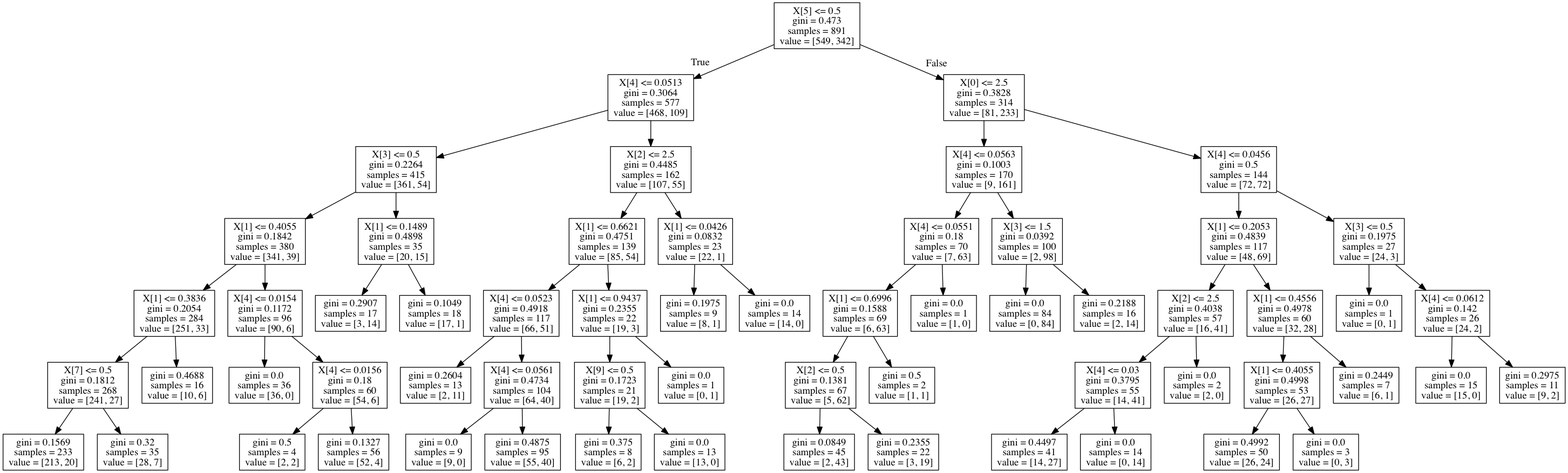
Earlier version of the Graphviz export tree.png (chriscanal/titanic_project_udacity). Its source is kept beside it as tree.dot.
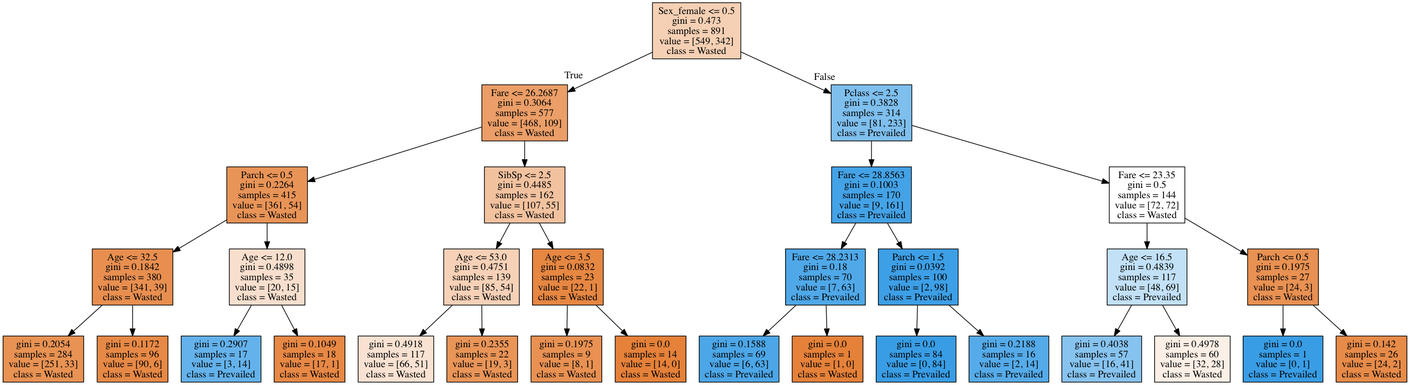
The same file after the commit.

Commit message:
Fixed a few things, made the 3 prediction algorithm a more manually put together decision tree

The edit, as a diff of the source:
```diff
@@ -1,124 +1,70 @@
 digraph Tree {
-node [shape=box] ;
-0 [label="X[5] <= 0.5\ngini = 0.473\nsamples = 891\nvalue = [549, 342]"] ;
-1 [label="X[4] <= 0.0513\ngini = 0.3064\nsamples = 577\nvalue = [468, 109]"] ;
+node [shape=box, style="filled", color="black"] ;
+graph [ranksep=equally, splines=polyline] ;
+0 [label="Sex_female <= 0.5\ngini = 0.473\nsamples = 891\nvalue = [549, 342]\nclass = Wasted", fillcolor="#e5813960"] ;
+1 [label="Fare <= 26.2687\ngini = 0.3064\nsamples = 577\nvalue = [468, 109]\nclass = Wasted", fillcolor="#e58139c4"] ;
 0 -> 1 [labeldistance=2.5, labelangle=45, headlabel="True"] ;
-2 [label="X[3] <= 0.5\ngini = 0.2264\nsamples = 415\nvalue = [361, 54]"] ;
+2 [label="Parch <= 0.5\ngini = 0.2264\nsamples = 415\nvalue = [361, 54]\nclass = Wasted", fillcolor="#e58139d9"] ;
 1 -> 2 ;
-3 [label="X[1] <= 0.4055\ngini = 0.1842\nsamples = 380\nvalue = [341, 39]"] ;
+3 [label="Age <= 32.5\ngini = 0.1842\nsamples = 380\nvalue = [341, 39]\nclass = Wasted", fillcolor="#e58139e2"] ;
 2 -> 3 ;
-4 [label="X[1] <= 0.3836\ngini = 0.2054\nsamples = 284\nvalue = [251, 33]"] ;
+4 [label="gini = 0.2054\nsamples = 284\nvalue = [251, 33]\nclass = Wasted", fillcolor="#e58139dd"] ;
 3 -> 4 ;
-5 [label="X[7] <= 0.5\ngini = 0.1812\nsamples = 268\nvalue = [241, 27]"] ;
-4 -> 5 ;
-6 [label="gini = 0.1569\nsamples = 233\nvalue = [213, 20]"] ;
-5 -> 6 ;
-7 [label="gini = 0.32\nsamples = 35\nvalue = [28, 7]"] ;
-5 -> 7 ;
-8 [label="gini = 0.4688\nsamples = 16\nvalue = [10, 6]"] ;
-4 -> 8 ;
-9 [label="X[4] <= 0.0154\ngini = 0.1172\nsamples = 96\nvalue = [90, 6]"] ;
-3 -> 9 ;
-10 [label="gini = 0.0\nsamples = 36\nvalue = [36, 0]"] ;
+5 [label="gini = 0.1172\nsamples = 96\nvalue = [90, 6]\nclass = Wasted", fillcolor="#e58139ee"] ;
+3 -> 5 ;
+6 [label="Age <= 12.0\ngini = 0.4898\nsamples = 35\nvalue = [20, 15]\nclass = Wasted", fillcolor="#e5813940"] ;
+2 -> 6 ;
+7 [label="gini = 0.2907\nsamples = 17\nvalue = [3, 14]\nclass = Prevailed", fillcolor="#399de5c8"] ;
+6 -> 7 ;
+8 [label="gini = 0.1049\nsamples = 18\nvalue = [17, 1]\nclass = Wasted", fillcolor="#e58139f0"] ;
+6 -> 8 ;
+9 [label="SibSp <= 2.5\ngini = 0.4485\nsamples = 162\nvalue = [107, 55]\nclass = Wasted", fillcolor="#e581397c"] ;
+1 -> 9 ;
+10 [label="Age <= 53.0\ngini = 0.4751\nsamples = 139\nvalue = [85, 54]\nclass = Wasted", fillcolor="#e581395d"] ;
 9 -> 10 ;
-11 [label="X[4] <= 0.0156\ngini = 0.18\nsamples = 60\nvalue = [54, 6]"] ;
-9 -> 11 ;
-12 [label="gini = 0.5\nsamples = 4\nvalue = [2, 2]"] ;
-11 -> 12 ;
-13 [label="gini = 0.1327\nsamples = 56\nvalue = [52, 4]"] ;
-11 -> 13 ;
-14 [label="X[1] <= 0.1489\ngini = 0.4898\nsamples = 35\nvalue = [20, 15]"] ;
-2 -> 14 ;
-15 [label="gini = 0.2907\nsamples = 17\nvalue = [3, 14]"] ;
-14 -> 15 ;
-16 [label="gini = 0.1049\nsamples = 18\nvalue = [17, 1]"] ;
-14 -> 16 ;
-17 [label="X[2] <= 2.5\ngini = 0.4485\nsamples = 162\nvalue = [107, 55]"] ;
-1 -> 17 ;
-18 [label="X[1] <= 0.6621\ngini = 0.4751\nsamples = 139\nvalue = [85, 54]"] ;
+11 [label="gini = 0.4918\nsamples = 117\nvalue = [66, 51]\nclass = Wasted", fillcolor="#e581393a"] ;
+10 -> 11 ;
+12 [label="gini = 0.2355\nsamples = 22\nvalue = [19, 3]\nclass = Wasted", fillcolor="#e58139d7"] ;
+10 -> 12 ;
+13 [label="Age <= 3.5\ngini = 0.0832\nsamples = 23\nvalue = [22, 1]\nclass = Wasted", fillcolor="#e58139f3"] ;
+9 -> 13 ;
+14 [label="gini = 0.1975\nsamples = 9\nvalue = [8, 1]\nclass = Wasted", fillcolor="#e58139df"] ;
+13 -> 14 ;
+15 [label="gini = 0.0\nsamples = 14\nvalue = [14, 0]\nclass = Wasted", fillcolor="#e58139ff"] ;
+13 -> 15 ;
+16 [label="Pclass <= 2.5\ngini = 0.3828\nsamples = 314\nvalue = [81, 233]\nclass = Prevailed", fillcolor="#399de5a6"] ;
+0 -> 16 [labeldistance=2.5, labelangle=-45, headlabel="False"] ;
+17 [label="Fare <= 28.8563\ngini = 0.1003\nsamples = 170\nvalue = [9, 161]\nclass = Prevailed", fillcolor="#399de5f1"] ;
+16 -> 17 ;
+18 [label="Fare <= 28.2313\ngini = 0.18\nsamples = 70\nvalue = [7, 63]\nclass = Prevailed", fillcolor="#399de5e3"] ;
 17 -> 18 ;
-19 [label="X[4] <= 0.0523\ngini = 0.4918\nsamples = 117\nvalue = [66, 51]"] ;
+19 [label="gini = 0.1588\nsamples = 69\nvalue = [6, 63]\nclass = Prevailed", fillcolor="#399de5e7"] ;
 18 -> 19 ;
-20 [label="gini = 0.2604\nsamples = 13\nvalue = [2, 11]"] ;
-19 -> 20 ;
-21 [label="X[4] <= 0.0561\ngini = 0.4734\nsamples = 104\nvalue = [64, 40]"] ;
-19 -> 21 ;
-22 [label="gini = 0.0\nsamples = 9\nvalue = [9, 0]"] ;
+20 [label="gini = 0.0\nsamples = 1\nvalue = [1, 0]\nclass = Wasted", fillcolor="#e58139ff"] ;
+18 -> 20 ;
+21 [label="Parch <= 1.5\ngini = 0.0392\nsamples = 100\nvalue = [2, 98]\nclass = Prevailed", fillcolor="#399de5fa"] ;
+17 -> 21 ;
+22 [label="gini = 0.0\nsamples = 84\nvalue = [0, 84]\nclass = Prevailed", fillcolor="#399de5ff"] ;
 21 -> 22 ;
-23 [label="gini = 0.4875\nsamples = 95\nvalue = [55, 40]"] ;
+23 [label="gini = 0.2188\nsamples = 16\nvalue = [2, 14]\nclass = Prevailed", fillcolor="#399de5db"] ;
 21 -> 23 ;
-24 [label="X[1] <= 0.9437\ngini = 0.2355\nsamples = 22\nvalue = [19, 3]"] ;
-18 -> 24 ;
-25 [label="X[9] <= 0.5\ngini = 0.1723\nsamples = 21\nvalue = [19, 2]"] ;
+24 [label="Fare <= 23.35\ngini = 0.5\nsamples = 144\nvalue = [72, 72]\nclass = Wasted", fillcolor="#e5813900"] ;
+16 -> 24 ;
+25 [label="Age <= 16.5\ngini = 0.4839\nsamples = 117\nvalue = [48, 69]\nclass = Prevailed", fillcolor="#399de54e"] ;
 24 -> 25 ;
-26 [label="gini = 0.375\nsamples = 8\nvalue = [6, 2]"] ;
+26 [label="gini = 0.4038\nsamples = 57\nvalue = [16, 41]\nclass = Prevailed", fillcolor="#399de59b"] ;
 25 -> 26 ;
-27 [label="gini = 0.0\nsamples = 13\nvalue = [13, 0]"] ;
+27 [label="gini = 0.4978\nsamples = 60\nvalue = [32, 28]\nclass = Wasted", fillcolor="#e5813920"] ;
 25 -> 27 ;
-28 [label="gini = 0.0\nsamples = 1\nvalue = [0, 1]"] ;
+28 [label="Parch <= 0.5\ngini = 0.1975\nsamples = 27\nvalue = [24, 3]\nclass = Wasted", fillcolor="#e58139df"] ;
 24 -> 28 ;
-29 [label="X[1] <= 0.0426\ngini = 0.0832\nsamples = 23\nvalue = [22, 1]"] ;
-17 -> 29 ;
-30 [label="gini = 0.1975\nsamples = 9\nvalue = [8, 1]"] ;
-29 -> 30 ;
-31 [label="gini = 0.0\nsamples = 14\nvalue = [14, 0]"] ;
-29 -> 31 ;
-32 [label="X[0] <= 2.5\ngini = 0.3828\nsamples = 314\nvalue = [81, 233]"] ;
-0 -> 32 [labeldistance=2.5, labelangle=-45, headlabel="False"] ;
-33 [label="X[4] <= 0.0563\ngini = 0.1003\nsamples = 170\nvalue = [9, 161]"] ;
-32 -> 33 ;
-34 [label="X[4] <= 0.0551\ngini = 0.18\nsamples = 70\nvalue = [7, 63]"] ;
-33 -> 34 ;
-35 [label="X[1] <= 0.6996\ngini = 0.1588\nsamples = 69\nvalue = [6, 63]"] ;
-34 -> 35 ;
-36 [label="X[2] <= 0.5\ngini = 0.1381\nsamples = 67\nvalue = [5, 62]"] ;
-35 -> 36 ;
-37 [label="gini = 0.0849\nsamples = 45\nvalue = [2, 43]"] ;
-36 -> 37 ;
-38 [label="gini = 0.2355\nsamples = 22\nvalue = [3, 19]"] ;
-36 -> 38 ;
-39 [label="gini = 0.5\nsamples = 2\nvalue = [1, 1]"] ;
-35 -> 39 ;
-40 [label="gini = 0.0\nsamples = 1\nvalue = [1, 0]"] ;
-34 -> 40 ;
-41 [label="X[3] <= 1.5\ngini = 0.0392\nsamples = 100\nvalue = [2, 98]"] ;
-33 -> 41 ;
-42 [label="gini = 0.0\nsamples = 84\nvalue = [0, 84]"] ;
-41 -> 42 ;
-43 [label="gini = 0.2188\nsamples = 16\nvalue = [2, 14]"] ;
-41 -> 43 ;
-44 [label="X[4] <= 0.0456\ngini = 0.5\nsamples = 144\nvalue = [72, 72]"] ;
-32 -> 44 ;
-45 [label="X[1] <= 0.2053\ngini = 0.4839\nsamples = 117\nvalue = [48, 69]"] ;
-44 -> 45 ;
-46 [label="X[2] <= 2.5\ngini = 0.4038\nsamples = 57\nvalue = [16, 41]"] ;
-45 -> 46 ;
-47 [label="X[4] <= 0.03\ngini = 0.3795\nsamples = 55\nvalue = [14, 41]"] ;
-46 -> 47 ;
-48 [label="gini = 0.4497\nsamples = 41\nvalue = [14, 27]"] ;
-47 -> 48 ;
-49 [label="gini = 0.0\nsamples = 14\nvalue = [0, 14]"] ;
-47 -> 49 ;
-50 [label="gini = 0.0\nsamples = 2\nvalue = [2, 0]"] ;
-46 -> 50 ;
-51 [label="X[1] <= 0.4556\ngini = 0.4978\nsamples = 60\nvalue = [32, 28]"] ;
-45 -> 51 ;
-52 [label="X[1] <= 0.4055\ngini = 0.4998\nsamples = 53\nvalue = [26, 27]"] ;
-51 -> 52 ;
-53 [label="gini = 0.4992\nsamples = 50\nvalue = [26, 24]"] ;
-52 -> 53 ;
-54 [label="gini = 0.0\nsamples = 3\nvalue = [0, 3]"] ;
-52 -> 54 ;
-55 [label="gini = 0.2449\nsamples = 7\nvalue = [6, 1]"] ;
-51 -> 55 ;
-56 [label="X[3] <= 0.5\ngini = 0.1975\nsamples = 27\nvalue = [24, 3]"] ;
-44 -> 56 ;
-57 [label="gini = 0.0\nsamples = 1\nvalue = [0, 1]"] ;
-56 -> 57 ;
-58 [label="X[4] <= 0.0612\ngini = 0.142\nsamples = 26\nvalue = [24, 2]"] ;
-56 -> 58 ;
-59 [label="gini = 0.0\nsamples = 15\nvalue = [15, 0]"] ;
-58 -> 59 ;
-60 [label="gini = 0.2975\nsamples = 11\nvalue = [9, 2]"] ;
-58 -> 60 ;
+29 [label="gini = 0.0\nsamples = 1\nvalue = [0, 1]\nclass = Prevailed", fillcolor="#399de5ff"] ;
+28 -> 29 ;
+30 [label="gini = 0.142\nsamples = 26\nvalue = [24, 2]\nclass = Wasted", fillcolor="#e58139ea"] ;
+28 -> 30 ;
+{rank=same ; 0} ;
+{rank=same ; 1; 16} ;
+{rank=same ; 2; 9; 17; 24} ;
+{rank=same ; 3; 6; 10; 13; 18; 21; 25; 28} ;
+{rank=same ; 4; 5; 7; 8; 11; 12; 14; 15; 19; 20; 22; 23; 26; 27; 29; 30} ;
 }
```
